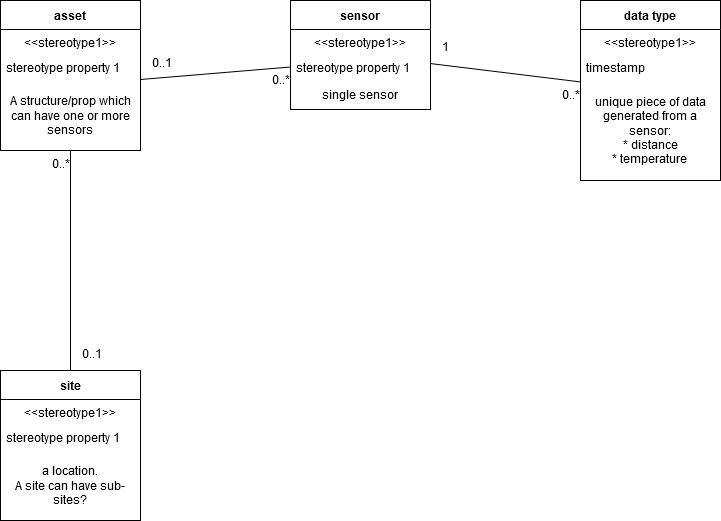
Above: data structure.drawio.png in ykm7/mini-farm-tracker (draw.io), before the change. Source tidied: cells renumbered, new cells last; positions are measured from the earlier drawing's top-left corner, leaving out a move shared by most shapes.
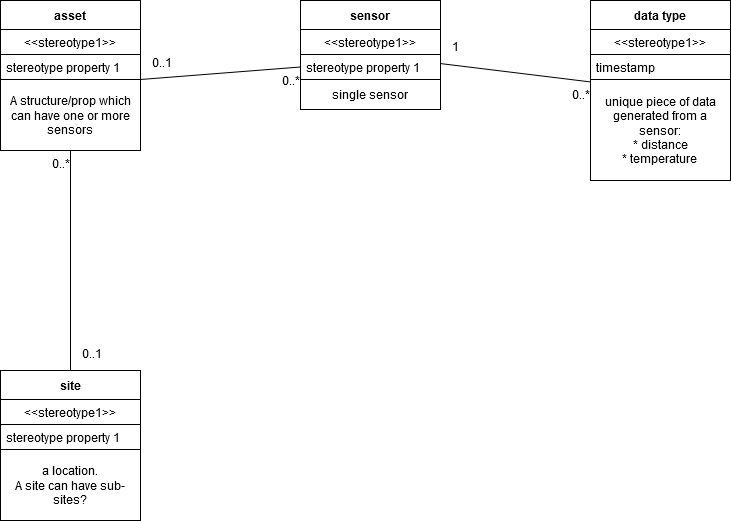
After the change.

Change to the diagram source:
```diff
@@ -2,103 +2,103 @@
   <root>
     <mxCell id="0" />
     <mxCell id="1" parent="0" />
-    <mxCell id="2" value="&lt;div&gt;asset&lt;/div&gt;" style="swimlane;fontStyle=1;align=center;verticalAlign=middle;horizontal=1;startSize=29;html=1;whiteSpace=wrap;" parent="1" vertex="1">
-      <mxGeometry width="140" height="150" as="geometry" />
+    <mxCell id="2" value="&lt;div&gt;asset&lt;/div&gt;" style="swimlane;fontStyle=1;align=center;verticalAlign=middle;horizontal=1;startSize=29;html=1;whiteSpace=wrap;strokeColor=default;fillColor=default;" parent="1" vertex="1">
+      <mxGeometry x="-10" width="140" height="150" as="geometry" />
     </mxCell>
-    <mxCell id="3" value="&amp;lt;&amp;lt;stereotype1&amp;gt;&amp;gt;" style="text;html=1;strokeColor=none;fillColor=none;align=center;verticalAlign=middle;spacingLeft=4;spacingRight=4;overflow=hidden;whiteSpace=wrap;" parent="2" vertex="1">
+    <mxCell id="3" value="&amp;lt;&amp;lt;stereotype1&amp;gt;&amp;gt;" style="text;html=1;strokeColor=default;fillColor=default;align=center;verticalAlign=middle;spacingLeft=4;spacingRight=4;overflow=hidden;whiteSpace=wrap;" parent="2" vertex="1">
       <mxGeometry y="29" width="140" height="25" as="geometry" />
     </mxCell>
-    <mxCell id="4" value="stereotype property 1" style="text;html=1;strokeColor=none;fillColor=none;align=left;verticalAlign=middle;spacingLeft=4;spacingRight=4;overflow=hidden;whiteSpace=wrap;" parent="2" vertex="1">
+    <mxCell id="4" value="stereotype property 1" style="text;html=1;strokeColor=default;fillColor=default;align=left;verticalAlign=middle;spacingLeft=4;spacingRight=4;overflow=hidden;whiteSpace=wrap;" parent="2" vertex="1">
       <mxGeometry y="54" width="140" height="25" as="geometry" />
     </mxCell>
-    <mxCell id="5" value="&lt;div&gt;A structure/prop which can have one or more sensors&lt;/div&gt;" style="text;html=1;align=center;verticalAlign=middle;whiteSpace=wrap;rounded=0;" parent="2" vertex="1">
+    <mxCell id="5" value="&lt;div&gt;A structure/prop which can have one or more sensors&lt;/div&gt;" style="text;html=1;align=center;verticalAlign=middle;whiteSpace=wrap;rounded=0;fillColor=default;strokeColor=default;" parent="2" vertex="1">
       <mxGeometry y="79" width="140" height="71" as="geometry" />
     </mxCell>
-    <mxCell id="6" value="&lt;div&gt;sensor&lt;/div&gt;" style="swimlane;fontStyle=1;align=center;verticalAlign=middle;horizontal=1;startSize=29;html=1;whiteSpace=wrap;" parent="1" vertex="1">
+    <mxCell id="6" value="&lt;div&gt;sensor&lt;/div&gt;" style="swimlane;fontStyle=1;align=center;verticalAlign=middle;horizontal=1;startSize=29;html=1;whiteSpace=wrap;strokeColor=default;fillColor=default;" parent="1" vertex="1">
       <mxGeometry x="290" width="140" height="109" as="geometry" />
     </mxCell>
-    <mxCell id="7" value="&amp;lt;&amp;lt;stereotype1&amp;gt;&amp;gt;" style="text;html=1;strokeColor=none;fillColor=none;align=center;verticalAlign=middle;spacingLeft=4;spacingRight=4;overflow=hidden;whiteSpace=wrap;" parent="6" vertex="1">
+    <mxCell id="7" value="&amp;lt;&amp;lt;stereotype1&amp;gt;&amp;gt;" style="text;html=1;strokeColor=default;fillColor=default;align=center;verticalAlign=middle;spacingLeft=4;spacingRight=4;overflow=hidden;whiteSpace=wrap;" parent="6" vertex="1">
       <mxGeometry y="29" width="140" height="25" as="geometry" />
     </mxCell>
-    <mxCell id="8" value="stereotype property 1" style="text;html=1;strokeColor=none;fillColor=none;align=left;verticalAlign=middle;spacingLeft=4;spacingRight=4;overflow=hidden;points=[[0,0.5],[1,0.5]];portConstraint=eastwest;whiteSpace=wrap;" parent="6" vertex="1">
+    <mxCell id="8" value="stereotype property 1" style="text;html=1;strokeColor=default;fillColor=default;align=left;verticalAlign=middle;spacingLeft=4;spacingRight=4;overflow=hidden;points=[[0,0.5],[1,0.5]];portConstraint=eastwest;whiteSpace=wrap;" parent="6" vertex="1">
       <mxGeometry y="54" width="140" height="25" as="geometry" />
     </mxCell>
-    <mxCell id="9" value="single sensor" style="text;html=1;align=center;verticalAlign=middle;whiteSpace=wrap;rounded=0;" parent="6" vertex="1">
+    <mxCell id="9" value="single sensor" style="text;html=1;align=center;verticalAlign=middle;whiteSpace=wrap;rounded=0;strokeColor=default;fillColor=default;" parent="6" vertex="1">
       <mxGeometry y="79" width="140" height="30" as="geometry" />
     </mxCell>
-    <mxCell id="10" value="data type" style="swimlane;fontStyle=1;align=center;verticalAlign=middle;horizontal=1;startSize=29;html=1;whiteSpace=wrap;" parent="1" vertex="1">
+    <mxCell id="10" value="data type" style="swimlane;fontStyle=1;align=center;verticalAlign=middle;horizontal=1;startSize=29;html=1;whiteSpace=wrap;strokeColor=default;fillColor=default;" parent="1" vertex="1">
       <mxGeometry x="580" width="140" height="180" as="geometry" />
     </mxCell>
-    <mxCell id="11" value="&amp;lt;&amp;lt;stereotype1&amp;gt;&amp;gt;" style="text;html=1;strokeColor=none;fillColor=none;align=center;verticalAlign=middle;spacingLeft=4;spacingRight=4;overflow=hidden;whiteSpace=wrap;" parent="10" vertex="1">
+    <mxCell id="11" value="&amp;lt;&amp;lt;stereotype1&amp;gt;&amp;gt;" style="text;html=1;strokeColor=default;fillColor=default;align=center;verticalAlign=middle;spacingLeft=4;spacingRight=4;overflow=hidden;whiteSpace=wrap;" parent="10" vertex="1">
       <mxGeometry y="29" width="140" height="25" as="geometry" />
     </mxCell>
-    <mxCell id="12" value="&lt;div&gt;timestamp&lt;/div&gt;" style="text;html=1;strokeColor=none;fillColor=none;align=left;verticalAlign=middle;spacingLeft=4;spacingRight=4;overflow=hidden;whiteSpace=wrap;" parent="10" vertex="1">
+    <mxCell id="12" value="&lt;div&gt;timestamp&lt;/div&gt;" style="text;html=1;strokeColor=default;fillColor=default;align=left;verticalAlign=middle;spacingLeft=4;spacingRight=4;overflow=hidden;whiteSpace=wrap;" parent="10" vertex="1">
       <mxGeometry y="54" width="140" height="25" as="geometry" />
     </mxCell>
-    <mxCell id="13" value="&lt;div&gt;unique piece of data generated from a sensor:&lt;/div&gt;&lt;div&gt;* distance&lt;/div&gt;&lt;div&gt;* temperature&lt;br&gt;&lt;/div&gt;" style="text;html=1;align=center;verticalAlign=middle;whiteSpace=wrap;rounded=0;" parent="10" vertex="1">
+    <mxCell id="13" value="&lt;div&gt;unique piece of data generated from a sensor:&lt;/div&gt;&lt;div&gt;* distance&lt;/div&gt;&lt;div&gt;* temperature&lt;br&gt;&lt;/div&gt;" style="text;html=1;align=center;verticalAlign=middle;whiteSpace=wrap;rounded=0;strokeColor=default;fillColor=default;" parent="10" vertex="1">
       <mxGeometry y="79" width="140" height="101" as="geometry" />
     </mxCell>
-    <mxCell id="14" value="site" style="swimlane;fontStyle=1;align=center;verticalAlign=middle;horizontal=1;startSize=29;html=1;whiteSpace=wrap;" parent="1" vertex="1">
-      <mxGeometry y="370" width="140" height="150" as="geometry" />
+    <mxCell id="14" value="site" style="swimlane;fontStyle=1;align=center;verticalAlign=middle;horizontal=1;startSize=29;html=1;whiteSpace=wrap;strokeColor=default;fillColor=default;" parent="1" vertex="1">
+      <mxGeometry x="-10" y="370" width="140" height="150" as="geometry" />
     </mxCell>
-    <mxCell id="15" value="&amp;lt;&amp;lt;stereotype1&amp;gt;&amp;gt;" style="text;html=1;strokeColor=none;fillColor=none;align=center;verticalAlign=middle;spacingLeft=4;spacingRight=4;overflow=hidden;whiteSpace=wrap;" parent="14" vertex="1">
+    <mxCell id="15" value="&amp;lt;&amp;lt;stereotype1&amp;gt;&amp;gt;" style="text;html=1;strokeColor=default;fillColor=default;align=center;verticalAlign=middle;spacingLeft=4;spacingRight=4;overflow=hidden;whiteSpace=wrap;" parent="14" vertex="1">
       <mxGeometry y="29" width="140" height="25" as="geometry" />
     </mxCell>
-    <mxCell id="16" value="stereotype property 1" style="text;html=1;strokeColor=none;fillColor=none;align=left;verticalAlign=middle;spacingLeft=4;spacingRight=4;overflow=hidden;whiteSpace=wrap;" parent="14" vertex="1">
+    <mxCell id="16" value="stereotype property 1" style="text;html=1;strokeColor=default;fillColor=default;align=left;verticalAlign=middle;spacingLeft=4;spacingRight=4;overflow=hidden;whiteSpace=wrap;" parent="14" vertex="1">
       <mxGeometry y="54" width="140" height="25" as="geometry" />
     </mxCell>
-    <mxCell id="17" value="&lt;div&gt;a location.&lt;/div&gt;&lt;div&gt;A site can have sub-sites?&lt;br&gt;&lt;/div&gt;" style="text;html=1;align=center;verticalAlign=middle;whiteSpace=wrap;rounded=0;" parent="14" vertex="1">
+    <mxCell id="17" value="&lt;div&gt;a location.&lt;/div&gt;&lt;div&gt;A site can have sub-sites?&lt;br&gt;&lt;/div&gt;" style="text;html=1;align=center;verticalAlign=middle;whiteSpace=wrap;rounded=0;strokeColor=default;fillColor=default;" parent="14" vertex="1">
       <mxGeometry y="79" width="140" height="71" as="geometry" />
     </mxCell>
-    <mxCell id="18" style="endArrow=none;html=1;rounded=0;align=center;verticalAlign=top;endFill=0;labelBackgroundColor=none;entryX=0.5;entryY=1;entryDx=0;entryDy=0;exitX=0.5;exitY=0;exitDx=0;exitDy=0;" parent="1" edge="1" source="14" target="2">
+    <mxCell id="18" style="endArrow=none;html=1;rounded=0;align=center;verticalAlign=top;endFill=0;labelBackgroundColor=none;entryX=0.5;entryY=1;entryDx=0;entryDy=0;exitX=0.5;exitY=0;exitDx=0;exitDy=0;fillColor=default;" parent="1" edge="1" source="14" target="2">
       <mxGeometry relative="1" as="geometry" />
     </mxCell>
-    <mxCell id="19" style="html=1;align=left;verticalAlign=bottom;labelBackgroundColor=none;" parent="18" vertex="1">
+    <mxCell id="19" style="html=1;align=left;verticalAlign=bottom;labelBackgroundColor=none;fillColor=default;" parent="18" vertex="1">
       <mxGeometry x="-1" relative="1" as="geometry" />
     </mxCell>
-    <mxCell id="20" value="0..1" style="html=1;align=left;verticalAlign=top;labelBackgroundColor=none;" parent="18" vertex="1">
+    <mxCell id="20" value="0..1" style="html=1;align=left;verticalAlign=top;labelBackgroundColor=none;fillColor=default;" parent="18" vertex="1">
       <mxGeometry x="-1" relative="1" as="geometry">
         <mxPoint x="10" y="-30" as="offset" />
       </mxGeometry>
     </mxCell>
-    <mxCell id="21" style="html=1;align=right;verticalAlign=bottom;labelBackgroundColor=none;" parent="18" vertex="1">
+    <mxCell id="21" style="html=1;align=right;verticalAlign=bottom;labelBackgroundColor=none;fillColor=default;" parent="18" vertex="1">
       <mxGeometry x="1" relative="1" as="geometry" />
     </mxCell>
-    <mxCell id="22" value="0..*" style="html=1;align=right;verticalAlign=top;labelBackgroundColor=none;" parent="18" vertex="1">
+    <mxCell id="22" value="0..*" style="html=1;align=right;verticalAlign=top;labelBackgroundColor=none;fillColor=default;" parent="18" vertex="1">
       <mxGeometry x="1" relative="1" as="geometry" />
     </mxCell>
-    <mxCell id="23" style="endArrow=none;html=1;rounded=0;align=center;verticalAlign=top;endFill=0;labelBackgroundColor=none;entryX=0;entryY=0.5;entryDx=0;entryDy=0;exitX=1;exitY=0;exitDx=0;exitDy=0;" parent="1" edge="1" source="5" target="8">
+    <mxCell id="23" style="endArrow=none;html=1;rounded=0;align=center;verticalAlign=top;endFill=0;labelBackgroundColor=none;entryX=0;entryY=0.5;entryDx=0;entryDy=0;exitX=1;exitY=0;exitDx=0;exitDy=0;fillColor=default;" parent="1" edge="1" source="5" target="8">
       <mxGeometry relative="1" as="geometry" />
     </mxCell>
-    <mxCell id="24" style="html=1;align=left;verticalAlign=bottom;labelBackgroundColor=none;" parent="23" vertex="1">
+    <mxCell id="24" style="html=1;align=left;verticalAlign=bottom;labelBackgroundColor=none;fillColor=default;" parent="23" vertex="1">
       <mxGeometry x="-1" relative="1" as="geometry" />
     </mxCell>
-    <mxCell id="25" value="0..1" style="html=1;align=left;verticalAlign=top;labelBackgroundColor=none;" parent="23" vertex="1">
+    <mxCell id="25" value="0..1" style="html=1;align=left;verticalAlign=top;labelBackgroundColor=none;fillColor=default;" parent="23" vertex="1">
       <mxGeometry x="-1" relative="1" as="geometry">
         <mxPoint x="10" y="-30" as="offset" />
       </mxGeometry>
     </mxCell>
-    <mxCell id="26" style="html=1;align=right;verticalAlign=bottom;labelBackgroundColor=none;" parent="23" vertex="1">
+    <mxCell id="26" style="html=1;align=right;verticalAlign=bottom;labelBackgroundColor=none;fillColor=default;" parent="23" vertex="1">
       <mxGeometry x="1" relative="1" as="geometry" />
     </mxCell>
-    <mxCell id="27" value="0..*" style="html=1;align=right;verticalAlign=top;labelBackgroundColor=none;" parent="23" vertex="1">
+    <mxCell id="27" value="0..*" style="html=1;align=right;verticalAlign=top;labelBackgroundColor=none;fillColor=default;" parent="23" vertex="1">
       <mxGeometry x="1" relative="1" as="geometry" />
     </mxCell>
-    <mxCell id="28" style="endArrow=none;html=1;rounded=0;align=center;verticalAlign=top;endFill=0;labelBackgroundColor=none;" parent="1" edge="1" source="6" target="10">
+    <mxCell id="28" style="endArrow=none;html=1;rounded=0;align=center;verticalAlign=top;endFill=0;labelBackgroundColor=none;fillColor=default;" parent="1" edge="1" source="6" target="10">
       <mxGeometry relative="1" as="geometry" />
     </mxCell>
-    <mxCell id="29" style="html=1;align=left;verticalAlign=bottom;labelBackgroundColor=none;" parent="28" vertex="1">
+    <mxCell id="29" style="html=1;align=left;verticalAlign=bottom;labelBackgroundColor=none;fillColor=default;" parent="28" vertex="1">
       <mxGeometry x="-1" relative="1" as="geometry" />
     </mxCell>
-    <mxCell id="30" value="1" style="html=1;align=left;verticalAlign=top;labelBackgroundColor=none;" parent="28" vertex="1">
+    <mxCell id="30" value="1" style="html=1;align=left;verticalAlign=top;labelBackgroundColor=none;fillColor=default;" parent="28" vertex="1">
       <mxGeometry x="-1" relative="1" as="geometry">
         <mxPoint x="10" y="-30" as="offset" />
       </mxGeometry>
     </mxCell>
-    <mxCell id="31" style="html=1;align=right;verticalAlign=bottom;labelBackgroundColor=none;" parent="28" vertex="1">
+    <mxCell id="31" style="html=1;align=right;verticalAlign=bottom;labelBackgroundColor=none;fillColor=default;" parent="28" vertex="1">
       <mxGeometry x="1" relative="1" as="geometry" />
     </mxCell>
-    <mxCell id="32" value="0..*" style="html=1;align=right;verticalAlign=top;labelBackgroundColor=none;" parent="28" vertex="1">
+    <mxCell id="32" value="0..*" style="html=1;align=right;verticalAlign=top;labelBackgroundColor=none;fillColor=default;" parent="28" vertex="1">
       <mxGeometry x="1" relative="1" as="geometry" />
     </mxCell>
   </root>
```
